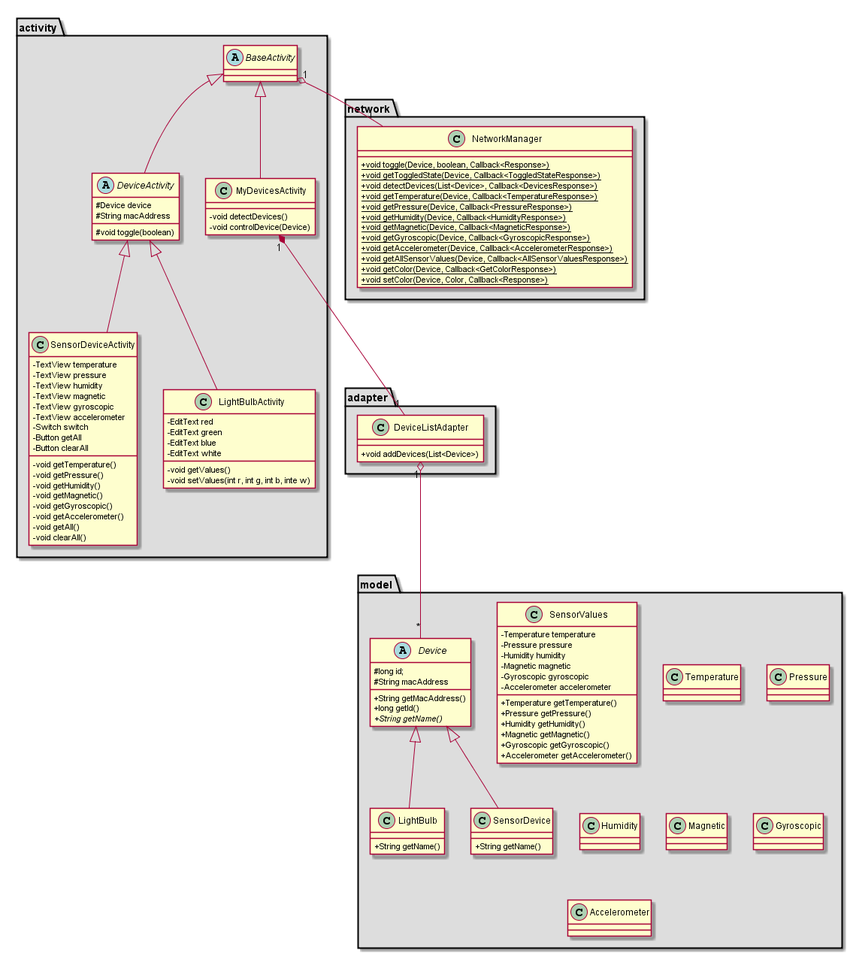
The PlantUML diagram docs/STLDD/class_diagram.png in ockka/ETSN05-Group2, before a commit.
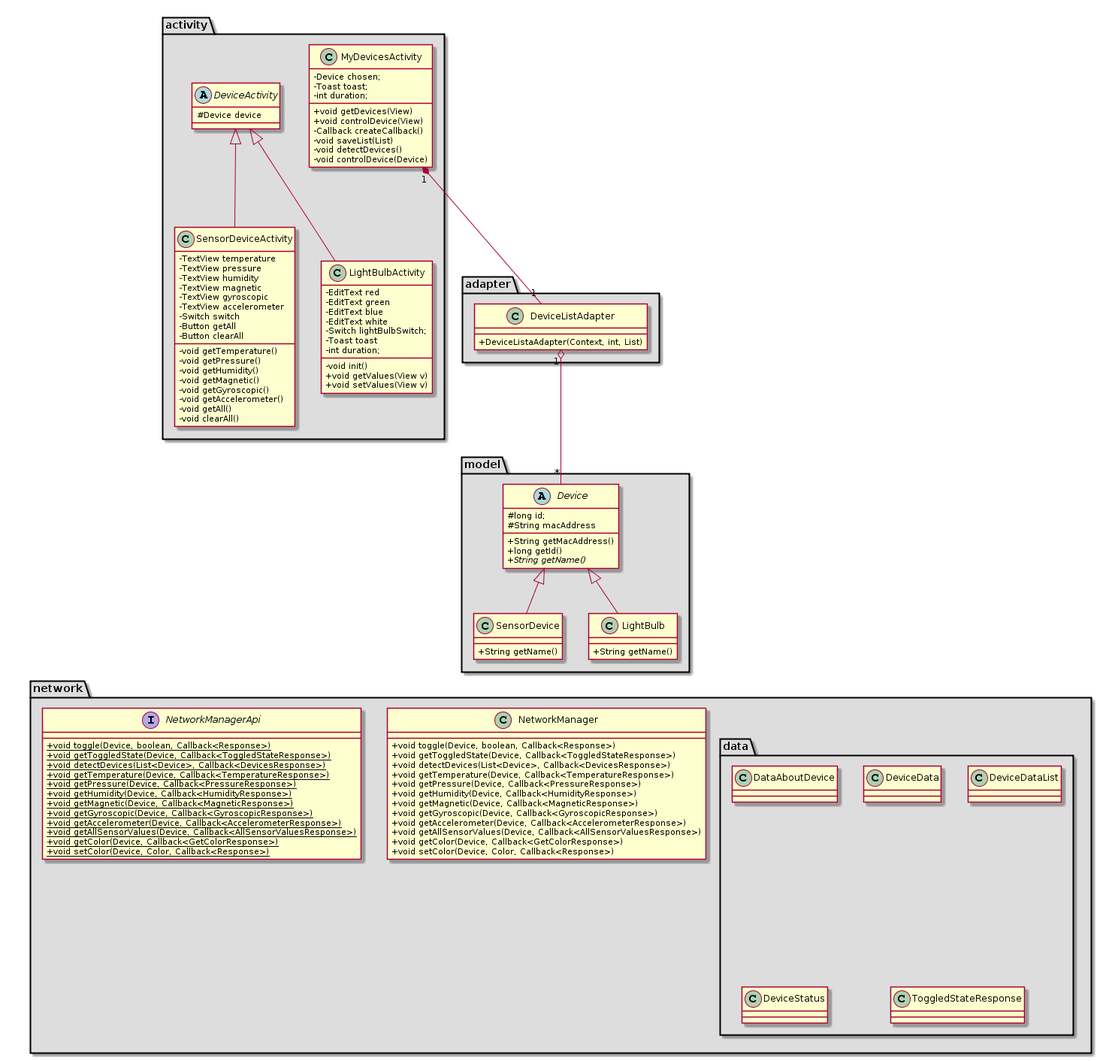
Above is the later version.

Change to the diagram source:
```diff
@@ -1,7 +1,6 @@
 @startuml
 skinparam classAttributeIconSize 0
 package "activity" #DDDDDD {
-  class BaseActivity
   class MyDevicesActivity
   class SensorDeviceActivity
   class LightBulbActivity
@@ -10,6 +9,14 @@
 }
 package "network" #DDDDDD {
   class NetworkManager
+  interface NetworkManagerApi
+  package "data" #DDDDDD {
+   class DataAboutDevice
+   class DeviceData
+   class DeviceDataList
+   class DeviceStatus
+   class ToggledStateResponse
+  }
 }
 package "adapter" #DDDDDD {
   class DeviceListAdapter
@@ -18,16 +25,24 @@
   class Device
   class LightBulb
   class SensorDevice
-  class SensorValues
-  class Temperature
-  class Pressure
-  class Humidity
-  class Magnetic
-  class Gyroscopic
-  class Accelerometer
 }
 
  class NetworkManager{
+ +void toggle(Device, boolean, Callback<Response>)
+ +void getToggledState(Device, Callback<ToggledStateResponse>)
+ +void detectDevices(List<Device>, Callback<DevicesResponse>)
+ +void getTemperature(Device, Callback<TemperatureResponse>)
+ +void getPressure(Device, Callback<PressureResponse>)
+ +void getHumidity(Device, Callback<HumidityResponse>)
+ +void getMagnetic(Device, Callback<MagneticResponse>)
+ +void getGyroscopic(Device, Callback<GyroscopicResponse>)
+ +void getAccelerometer(Device, Callback<AccelerometerResponse>)
+ +void getAllSensorValues(Device, Callback<AllSensorValuesResponse>)
+ +void getColor(Device, Callback<GetColorResponse>)
+ +void setColor(Device, Color, Callback<Response>)
+}
+
+interface NetworkManagerApi{
  +{static} void toggle(Device, boolean, Callback<Response>)
  +{static} void getToggledState(Device, Callback<ToggledStateResponse>)
  +{static} void detectDevices(List<Device>, Callback<DevicesResponse>)
@@ -42,14 +57,19 @@
  +{static} void setColor(Device, Color, Callback<Response>)
 }
 
-abstract class BaseActivity{
-}
 
 class DeviceListAdapter {
- +void addDevices(List<Device>)
+ +DeviceListaAdapter(Context, int, List)
 }
 
 class MyDevicesActivity{
+ -Device chosen;
+ -Toast toast;
+ -int duration;
+ +void getDevices(View)
+ +void controlDevice(View)
+ -Callback createCallback()
+ -void saveList(List)
  -void detectDevices()
  -void controlDevice(Device)
 }
@@ -79,16 +99,17 @@
  -EditText green
  -EditText blue
  -EditText white
- -void getValues()
- -void setValues(int r, int g, int b, inte w)
+ -Switch lightBulbSwitch;
+ -Toast toast
+ -int duration;
+ -void init()
+ +void getValues(View v)
+ +void setValues(View v)
 }
 
 abstract class DeviceActivity{
  #Device device
- #String macAddress
- #void toggle(boolean)
 }
-
 
 abstract class Device{
  #long id;
@@ -106,23 +127,6 @@
  +String getName()
 }
 
-class SensorValues {
- -Temperature temperature
- -Pressure pressure
- -Humidity humidity
- -Magnetic magnetic
- -Gyroscopic gyroscopic
- -Accelerometer accelerometer
- +Temperature getTemperature()
- +Pressure getPressure()
- +Humidity getHumidity()
- +Magnetic getMagnetic()
- +Gyroscopic getGyroscopic()
- +Accelerometer getAccelerometer()
-}
-
-BaseActivity <|-- MyDevicesActivity
-BaseActivity <|-- DeviceActivity
 DeviceActivity <|-- SensorDeviceActivity
 DeviceActivity <|-- LightBulbActivity
 
@@ -131,6 +135,4 @@
 
 MyDevicesActivity "1" *-- "1" DeviceListAdapter
 DeviceListAdapter "1" o-- "*" Device
-BaseActivity "1" o-- "1" NetworkManager
-
 @enduml
```
